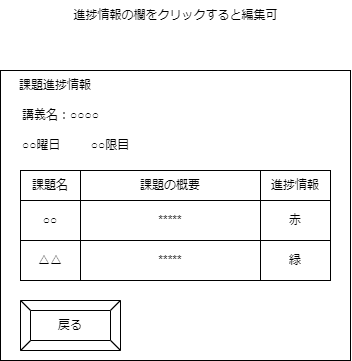
The draw.io diagram 振る舞い図/画面項目図/画面項目図＿課題進捗情報画面.drawio.png in masaki1234567/psp4, before a commit. Source tidied: cells renumbered, new cells last; positions are measured from the earlier drawing's top-left corner, leaving out a move shared by most shapes.
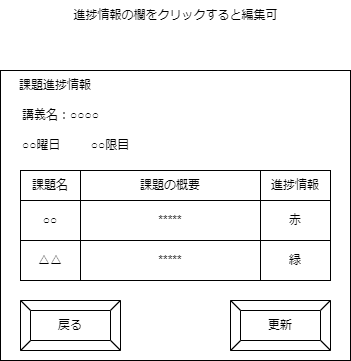
Above is the later version.

Commit message:
「更新」を追加

Change to the diagram source:
```diff
@@ -50,5 +50,8 @@
     <mxCell id="17" value="戻る" style="labelPosition=center;verticalLabelPosition=middle;align=center;html=1;shape=mxgraph.basic.button;dx=10;whiteSpace=wrap;" parent="1" vertex="1">
       <mxGeometry x="20" y="300" width="100" height="50" as="geometry" />
     </mxCell>
+    <mxCell id="18" value="更新" style="labelPosition=center;verticalLabelPosition=middle;align=center;html=1;shape=mxgraph.basic.button;dx=10;whiteSpace=wrap;" parent="1" vertex="1">
+      <mxGeometry x="230" y="300" width="100" height="50" as="geometry" />
+    </mxCell>
   </root>
 </mxGraphModel>
```
